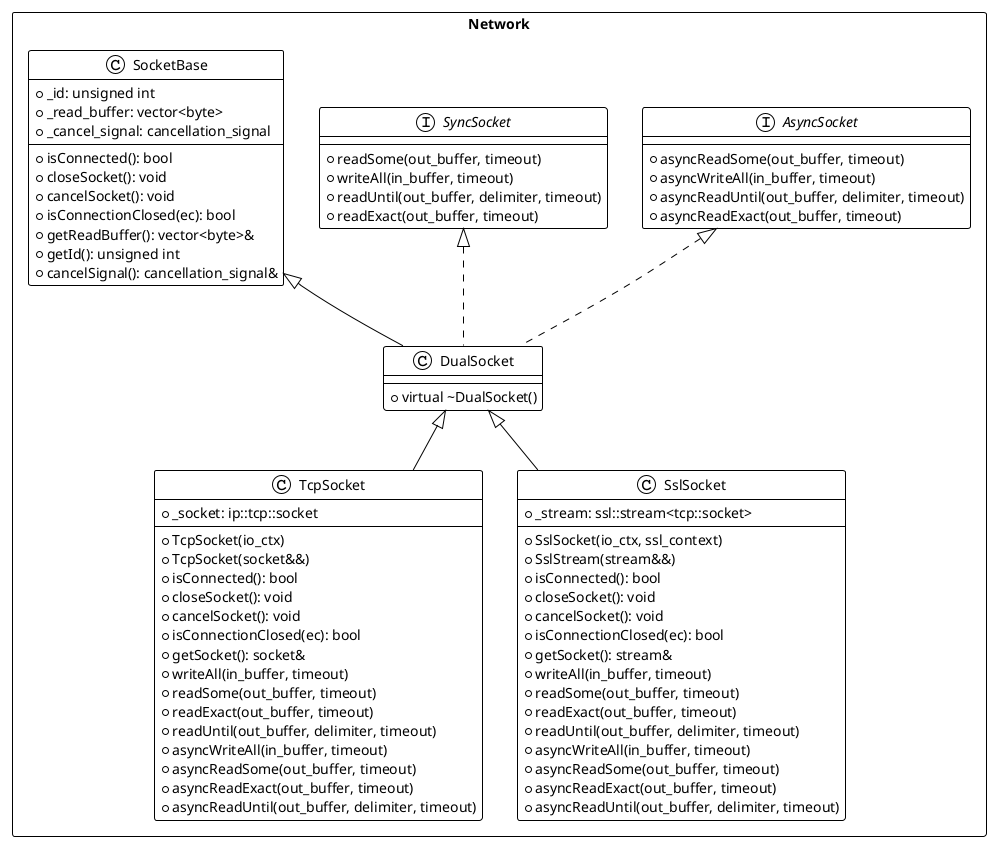
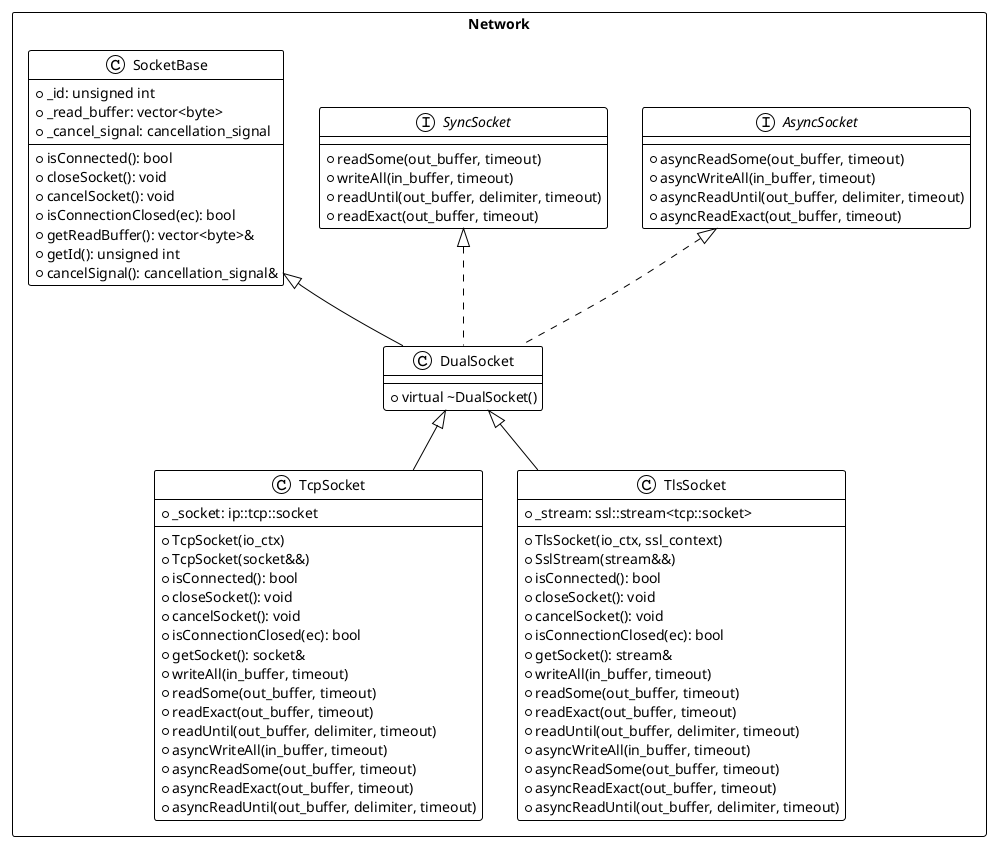
@startuml SocketImplementation
!theme plain
skinparam packageStyle rectangle

package "Network" {
  interface "AsyncSocket" as AsyncSocket_IF {
    +asyncReadSome(out_buffer, timeout)
    +asyncWriteAll(in_buffer, timeout)
    +asyncReadUntil(out_buffer, delimiter, timeout)
    +asyncReadExact(out_buffer, timeout)
  }

  interface "SyncSocket" as SyncSocket_IF {
    +readSome(out_buffer, timeout)
    +writeAll(in_buffer, timeout)
    +readUntil(out_buffer, delimiter, timeout)
    +readExact(out_buffer, timeout)
  }

  class "SocketBase" {
    +_id: unsigned int
    +_read_buffer: vector<byte>
    +_cancel_signal: cancellation_signal
    +isConnected(): bool
    +closeSocket(): void
    +cancelSocket(): void
    +isConnectionClosed(ec): bool
    +getReadBuffer(): vector<byte>&
    +getId(): unsigned int
    +cancelSignal(): cancellation_signal&
  }

  class "DualSocket" {
    +virtual ~DualSocket()
  }

  class "TcpSocket" {
    +_socket: ip::tcp::socket
    +TcpSocket(io_ctx)
    +TcpSocket(socket&&)
    +isConnected(): bool
    +closeSocket(): void
    +cancelSocket(): void
    +isConnectionClosed(ec): bool
    +getSocket(): socket&
    +writeAll(in_buffer, timeout)
    +readSome(out_buffer, timeout)
    +readExact(out_buffer, timeout)
    +readUntil(out_buffer, delimiter, timeout)
    +asyncWriteAll(in_buffer, timeout)
    +asyncReadSome(out_buffer, timeout)
    +asyncReadExact(out_buffer, timeout)
    +asyncReadUntil(out_buffer, delimiter, timeout)
  }

-   class "SslSocket" {
+   class "TlsSocket" {
    +_stream: ssl::stream<tcp::socket>
-     +SslSocket(io_ctx, ssl_context)
+     +TlsSocket(io_ctx, ssl_context)
    +SslStream(stream&&)
    +isConnected(): bool
    +closeSocket(): void
    +cancelSocket(): void
    +isConnectionClosed(ec): bool
    +getSocket(): stream&
    +writeAll(in_buffer, timeout)
    +readSome(out_buffer, timeout)
    +readExact(out_buffer, timeout)
    +readUntil(out_buffer, delimiter, timeout)
    +asyncWriteAll(in_buffer, timeout)
    +asyncReadSome(out_buffer, timeout)
    +asyncReadExact(out_buffer, timeout)
    +asyncReadUntil(out_buffer, delimiter, timeout)
  }

  SocketBase <|-- DualSocket
  AsyncSocket_IF <|.. DualSocket
  SyncSocket_IF <|.. DualSocket
  DualSocket <|-- TcpSocket
-   DualSocket <|-- SslSocket
+   DualSocket <|-- TlsSocket
}
@enduml
